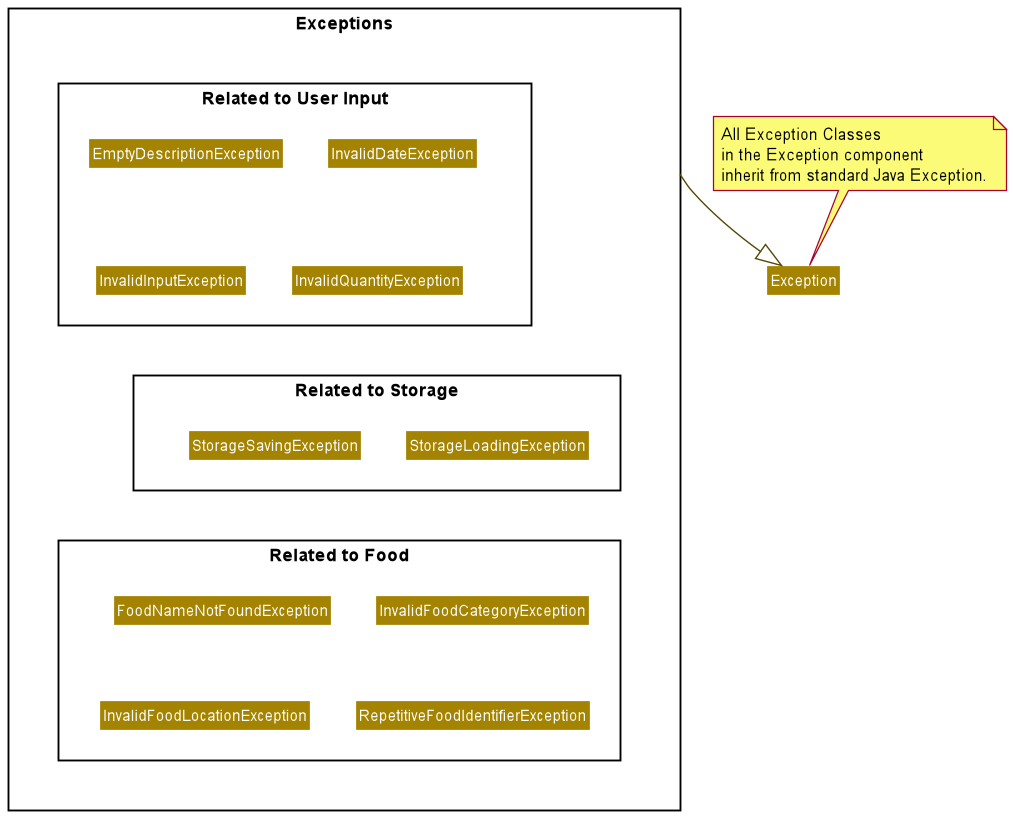
The PlantUML diagram docs/diagrams/diagram_images/ExceptionClassDiagram.png in nus-cs2113-AY2021S2/tp, before a commit.
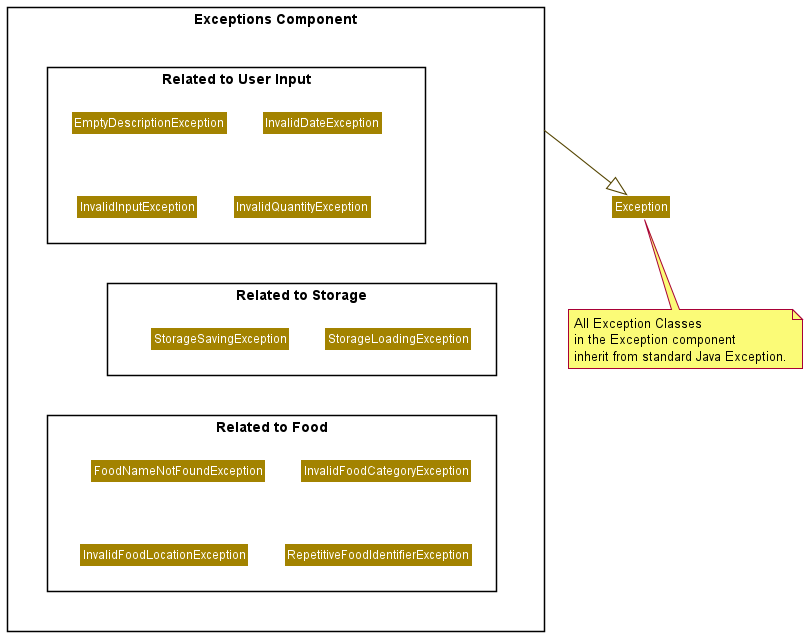
Above is the later version.

What changed in the source:
```diff
@@ -5,7 +5,7 @@
 skinparam arrowColor EXCEPTION_COLOR_T4
 skinparam classBackgroundColor EXCEPTION_COLOR
 
-package Exceptions <<Rectangle>> {
+package "Exceptions Component" <<Rectangle>> {
     package "Related to User Input" as ui <<Rectangle>> {
         class EmptyDescriptionException
         class InvalidDateException
@@ -29,8 +29,8 @@
 ui -[hidden]down--> storage
 ui -[hidden]up> food
 storage -[hidden]up-> food
-Exceptions -down-|> Exception
-note top of Exception : All Exception Classes\nin the Exception component \ninherit from standard Java Exception.
+"Exceptions Component" -down-|> Exception
+note bottom of Exception : All Exception Classes\nin the Exception component \ninherit from standard Java Exception.
 
 
 @enduml
```
